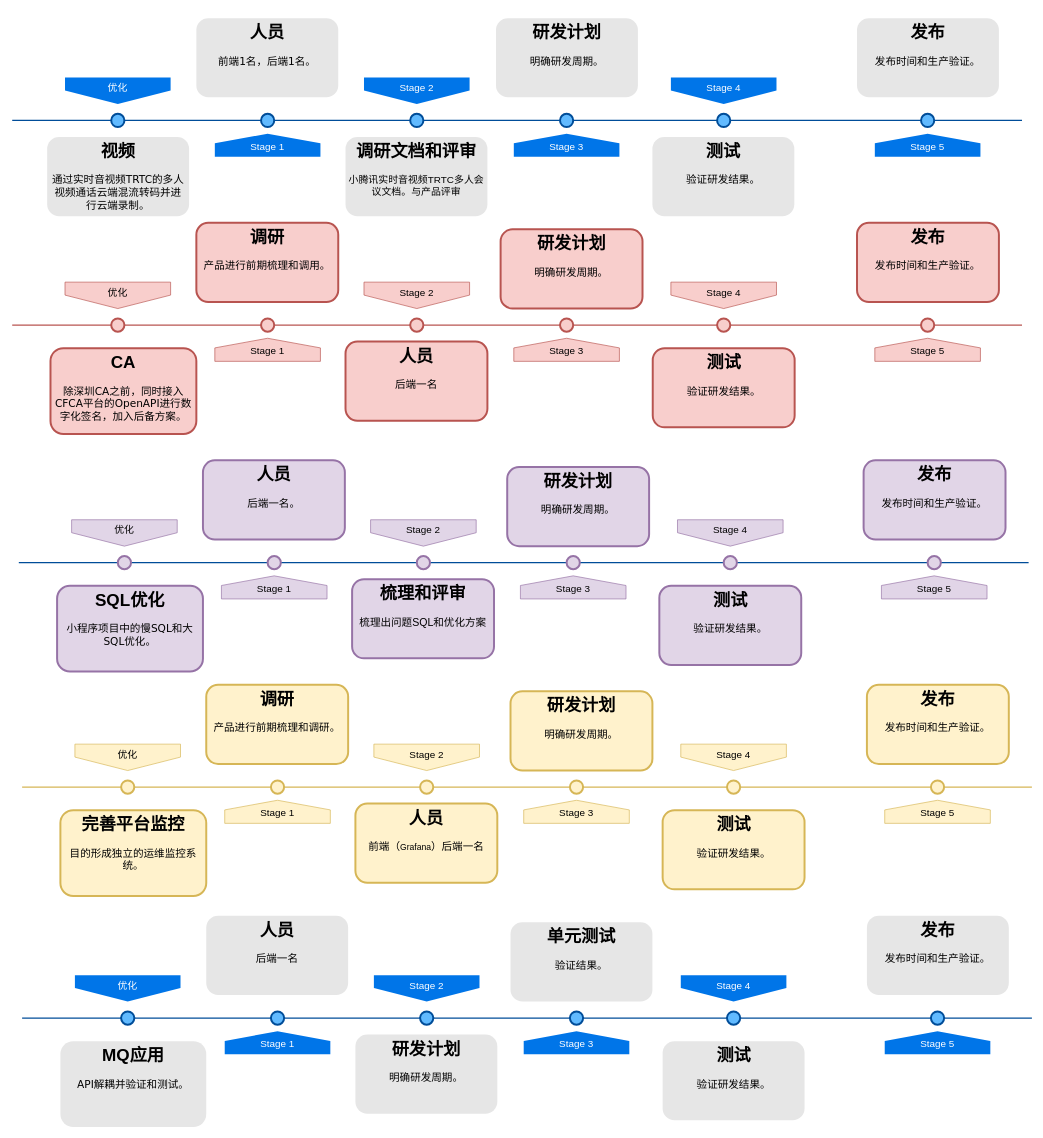
wuyongfeng/wuyongfeng keeps this draw.io diagram as page "五月" (2 of 3) of 赋强平台优化方案.drawio. Above is the earlier version. Source tidied: cells renumbered, new cells numbered last; positions are measured from the earlier drawing's top-left corner, leaving out a move shared by most shapes. Both pictures are drawn from the tidied source at 66%, with x=0, y=0 at pixel (12, 18).
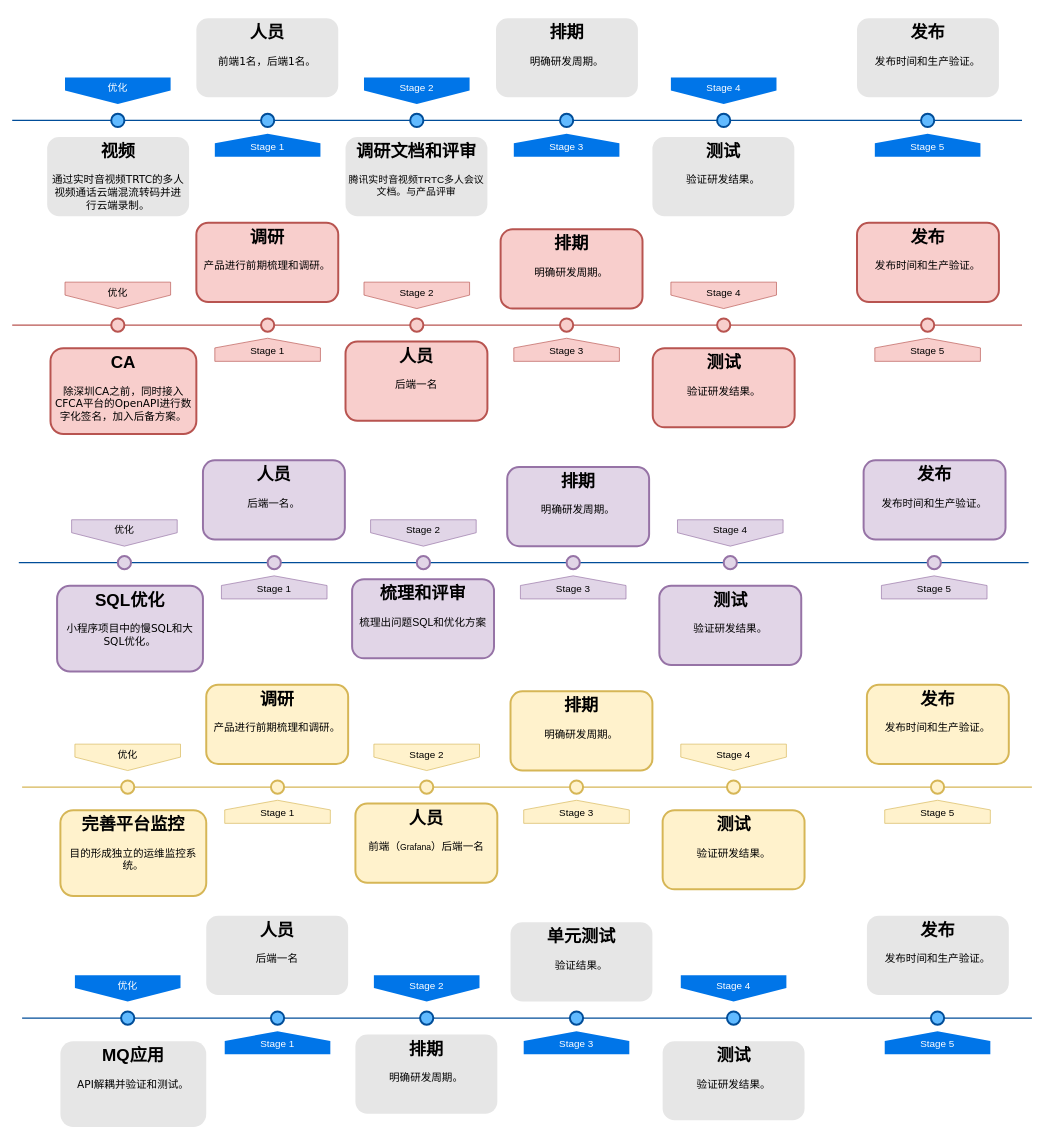
The same page after the edit.

Change to the diagram source:
```diff
@@
-    <mxCell id="13" value="&lt;h1&gt;调研文档和评审&lt;/h1&gt;&lt;p&gt;&lt;font style=&quot;font-size: 15px&quot;&gt;小腾讯实时音视频TRTC多人会议文档。与产品评审&lt;/font&gt;&lt;/p&gt;" style="text;html=1;spacing=5;spacingTop=-20;whiteSpace=wrap;overflow=hidden;strokeColor=none;strokeWidth=3;fillColor=#E6E6E6;fontSize=13;fontColor=#000000;align=center;rounded=1;" parent="1" vertex="1">
+    <mxCell id="13" value="&lt;h1&gt;调研文档和评审&lt;/h1&gt;&lt;p&gt;&lt;font style=&quot;font-size: 15px&quot;&gt;腾讯实时音视频TRTC多人会议文档。与产品评审&lt;/font&gt;&lt;/p&gt;" style="text;html=1;spacing=5;spacingTop=-20;whiteSpace=wrap;overflow=hidden;strokeColor=none;strokeWidth=3;fillColor=#E6E6E6;fontSize=13;fontColor=#000000;align=center;rounded=1;" parent="1" vertex="1">
       <mxGeometry x="505" y="180" width="215" height="120" as="geometry" />
     </mxCell>
-    <mxCell id="14" value="&lt;h1&gt;研发计划&lt;/h1&gt;&lt;p&gt;&lt;font style=&quot;font-size: 16px&quot;&gt;明确研发周期。&lt;/font&gt;&lt;/p&gt;" style="text;html=1;spacing=5;spacingTop=-20;whiteSpace=wrap;overflow=hidden;strokeColor=none;strokeWidth=3;fillColor=#E6E6E6;fontSize=13;fontColor=#000000;align=center;rounded=1;" parent="1" vertex="1">
+    <mxCell id="14" value="&lt;h1&gt;排期&lt;/h1&gt;&lt;p&gt;&lt;font style=&quot;font-size: 16px&quot;&gt;明确研发周期。&lt;/font&gt;&lt;/p&gt;" style="text;html=1;spacing=5;spacingTop=-20;whiteSpace=wrap;overflow=hidden;strokeColor=none;strokeWidth=3;fillColor=#E6E6E6;fontSize=13;fontColor=#000000;align=center;rounded=1;" parent="1" vertex="1">
       <mxGeometry x="733" width="215" height="120" as="geometry" />
     </mxCell>
@@
-    <mxCell id="30" value="&lt;h1&gt;调研&lt;/h1&gt;&lt;p&gt;&lt;font style=&quot;font-size: 16px&quot;&gt;产品进行前期梳理和调用。&lt;/font&gt;&lt;/p&gt;" style="text;html=1;spacing=5;spacingTop=-20;whiteSpace=wrap;overflow=hidden;strokeColor=#b85450;strokeWidth=3;fillColor=#f8cecc;fontSize=13;align=center;rounded=1;" parent="1" vertex="1">
+    <mxCell id="30" value="&lt;h1&gt;调研&lt;/h1&gt;&lt;p&gt;&lt;font style=&quot;font-size: 16px&quot;&gt;产品进行前期梳理和调研。&lt;/font&gt;&lt;/p&gt;" style="text;html=1;spacing=5;spacingTop=-20;whiteSpace=wrap;overflow=hidden;strokeColor=#b85450;strokeWidth=3;fillColor=#f8cecc;fontSize=13;align=center;rounded=1;" parent="1" vertex="1">
       <mxGeometry x="279" y="310" width="215" height="120" as="geometry" />
     </mxCell>
@@
-    <mxCell id="37" value="&lt;h1&gt;研发计划&lt;/h1&gt;&lt;p&gt;&lt;font style=&quot;font-size: 16px&quot;&gt;明确研发周期。&lt;/font&gt;&lt;/p&gt;" style="text;html=1;spacing=5;spacingTop=-20;whiteSpace=wrap;overflow=hidden;strokeColor=#b85450;strokeWidth=3;fillColor=#f8cecc;fontSize=13;align=center;rounded=1;" parent="1" vertex="1">
+    <mxCell id="37" value="&lt;h1&gt;排期&lt;/h1&gt;&lt;p&gt;&lt;font style=&quot;font-size: 16px&quot;&gt;明确研发周期。&lt;/font&gt;&lt;/p&gt;" style="text;html=1;spacing=5;spacingTop=-20;whiteSpace=wrap;overflow=hidden;strokeColor=#b85450;strokeWidth=3;fillColor=#f8cecc;fontSize=13;align=center;rounded=1;" parent="1" vertex="1">
       <mxGeometry x="740" y="320" width="215" height="120" as="geometry" />
     </mxCell>
@@
-    <mxCell id="56" value="&lt;h1&gt;研发计划&lt;/h1&gt;&lt;p&gt;&lt;font style=&quot;font-size: 16px&quot;&gt;明确研发周期。&lt;/font&gt;&lt;/p&gt;" style="text;html=1;spacing=5;spacingTop=-20;whiteSpace=wrap;overflow=hidden;strokeColor=#9673a6;strokeWidth=3;fillColor=#e1d5e7;fontSize=13;align=center;rounded=1;" parent="1" vertex="1">
+    <mxCell id="56" value="&lt;h1&gt;排期&lt;/h1&gt;&lt;p&gt;&lt;font style=&quot;font-size: 16px&quot;&gt;明确研发周期。&lt;/font&gt;&lt;/p&gt;" style="text;html=1;spacing=5;spacingTop=-20;whiteSpace=wrap;overflow=hidden;strokeColor=#9673a6;strokeWidth=3;fillColor=#e1d5e7;fontSize=13;align=center;rounded=1;" parent="1" vertex="1">
       <mxGeometry x="750" y="680" width="215" height="120" as="geometry" />
     </mxCell>
@@
-    <mxCell id="75" value="&lt;h1&gt;研发计划&lt;/h1&gt;&lt;p&gt;&lt;font style=&quot;font-size: 16px&quot;&gt;明确研发周期。&lt;/font&gt;&lt;/p&gt;" style="text;html=1;spacing=5;spacingTop=-20;whiteSpace=wrap;overflow=hidden;strokeColor=#d6b656;strokeWidth=3;fillColor=#fff2cc;fontSize=13;align=center;rounded=1;" parent="1" vertex="1">
+    <mxCell id="75" value="&lt;h1&gt;排期&lt;/h1&gt;&lt;p&gt;&lt;font style=&quot;font-size: 16px&quot;&gt;明确研发周期。&lt;/font&gt;&lt;/p&gt;" style="text;html=1;spacing=5;spacingTop=-20;whiteSpace=wrap;overflow=hidden;strokeColor=#d6b656;strokeWidth=3;fillColor=#fff2cc;fontSize=13;align=center;rounded=1;" parent="1" vertex="1">
       <mxGeometry x="755" y="1020" width="215" height="120" as="geometry" />
     </mxCell>
@@
-    <mxCell id="89" value="&lt;h1&gt;研发计划&lt;/h1&gt;&lt;h1&gt;&lt;p style=&quot;font-size: 13px ; font-weight: 400&quot;&gt;&lt;font style=&quot;font-size: 16px&quot;&gt;明确研发周期。&lt;/font&gt;&lt;/p&gt;&lt;/h1&gt;" style="text;html=1;spacing=5;spacingTop=-20;whiteSpace=wrap;overflow=hidden;strokeColor=none;strokeWidth=3;fillColor=#E6E6E6;fontSize=13;fontColor=#000000;align=center;rounded=1;" parent="1" vertex="1">
+    <mxCell id="89" value="&lt;h1&gt;排期&lt;/h1&gt;&lt;h1&gt;&lt;p style=&quot;font-size: 13px ; font-weight: 400&quot;&gt;&lt;font style=&quot;font-size: 16px&quot;&gt;明确研发周期。&lt;/font&gt;&lt;/p&gt;&lt;/h1&gt;" style="text;html=1;spacing=5;spacingTop=-20;whiteSpace=wrap;overflow=hidden;strokeColor=none;strokeWidth=3;fillColor=#E6E6E6;fontSize=13;fontColor=#000000;align=center;rounded=1;" parent="1" vertex="1">
       <mxGeometry x="520" y="1540" width="215" height="120" as="geometry" />
     </mxCell>
```
